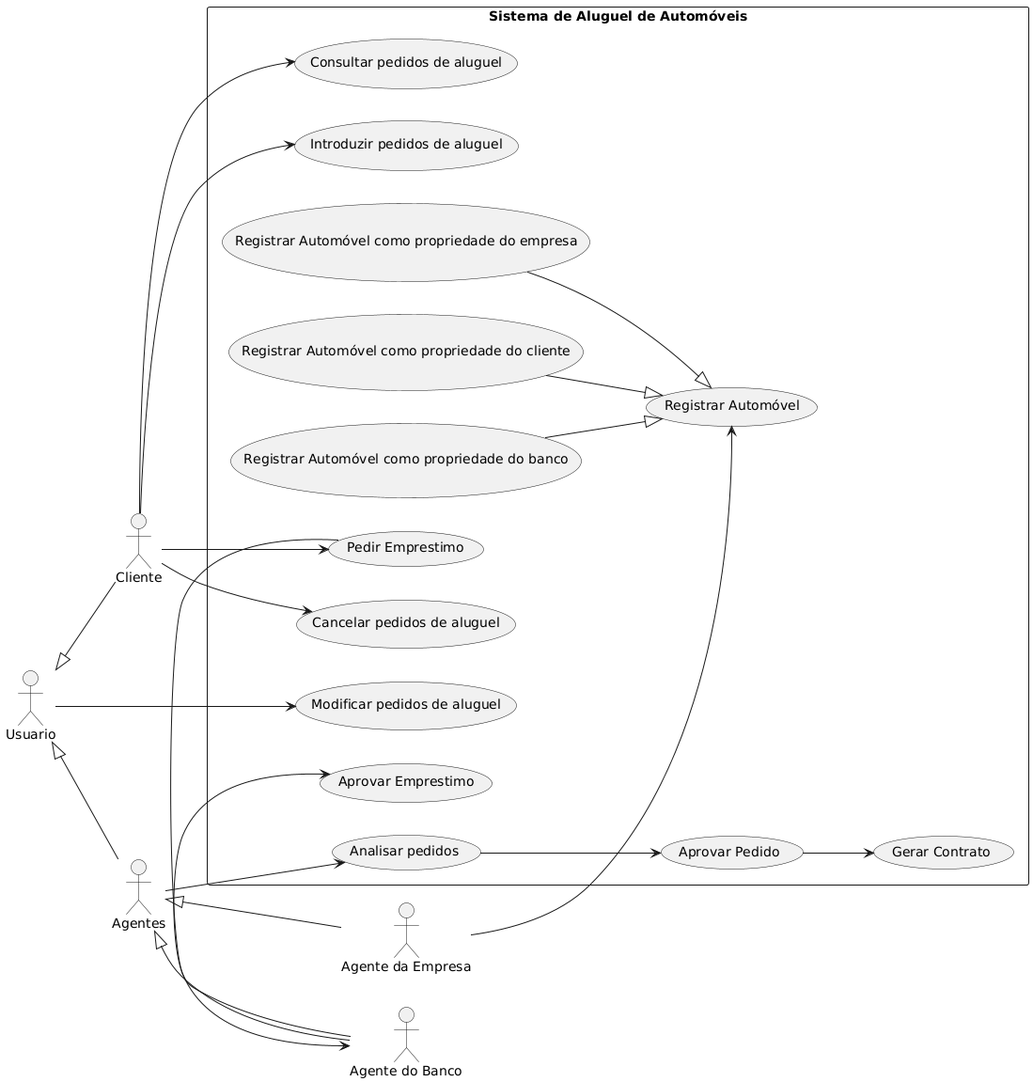
Eduuhms/LDS-Aluguel-de-carros keeps this PlantUML diagram as project/img/casoDeUso.png. Above is the earlier version.
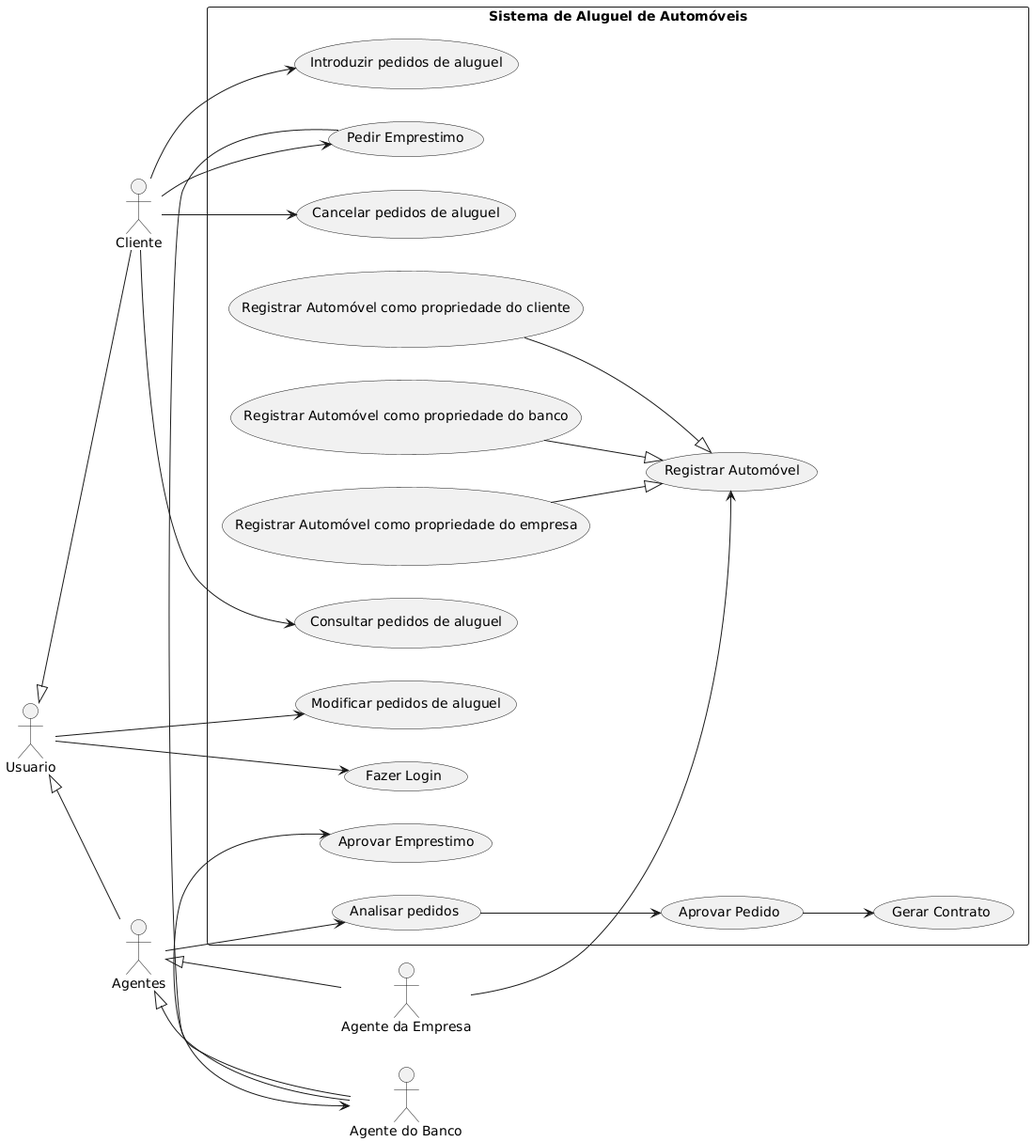
After the change.

Commit message:
colocando login no caso de uso

The edit, as a diff of the source:
```diff
@@ -34,6 +34,8 @@
 
         ab--> (Aprovar Emprestimo)
 
+        u--> (Fazer Login)
+
 }
         u <|-- c
         u <|-- a
```
